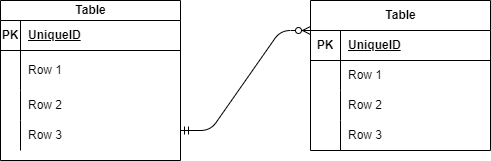
Earlier version of the draw.io export ER.drawio.png (hmgit-git/hm-kadai1). Source tidied: cells renumbered, new cells last; positions are measured from the earlier drawing's top-left corner, leaving out a move shared by most shapes.
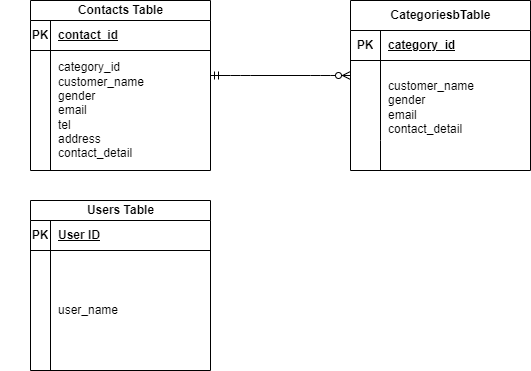
Above is the later version.

Diff of the diagram source:
```diff
@@ -2,8 +2,8 @@
   <root>
     <mxCell id="0" />
     <mxCell id="1" parent="0" />
-    <mxCell id="2" value="Table" style="shape=table;startSize=30;rowLines=0;fontStyle=1;align=center;html=1;" parent="1" vertex="1">
-      <mxGeometry x="310" width="180" height="150" as="geometry" />
+    <mxCell id="2" value="CategoriesbTable" style="shape=table;startSize=30;rowLines=0;fontStyle=1;align=center;html=1;" parent="1" vertex="1">
+      <mxGeometry x="310" y="-50" width="180" height="170" as="geometry" />
     </mxCell>
     <mxCell id="3" style="shape=tableRow;horizontal=0;startSize=0;swimlaneHead=0;swimlaneBody=0;fillColor=none;points=[[0,0.5],[1,0.5]];portConstraint=eastwest;top=0;left=0;right=0;bottom=1;" parent="2" vertex="1">
       <mxGeometry y="30" width="180" height="30" as="geometry" />
@@ -11,38 +11,29 @@
     <mxCell id="4" value="PK" style="shape=partialRectangle;fillColor=none;top=0;left=0;bottom=0;right=0;fontStyle=1;overflow=hidden;whiteSpace=wrap;html=1;" parent="3" vertex="1">
       <mxGeometry width="30" height="30" as="geometry" />
     </mxCell>
-    <mxCell id="5" value="UniqueID" style="shape=partialRectangle;fillColor=none;top=0;left=0;bottom=0;right=0;align=left;spacingLeft=6;fontStyle=5;overflow=hidden;whiteSpace=wrap;html=1;" parent="3" vertex="1">
+    <mxCell id="5" value="category_id" style="shape=partialRectangle;fillColor=none;top=0;left=0;bottom=0;right=0;align=left;spacingLeft=6;fontStyle=5;overflow=hidden;whiteSpace=wrap;html=1;" parent="3" vertex="1">
       <mxGeometry x="30" width="150" height="30" as="geometry" />
     </mxCell>
     <mxCell id="6" style="shape=tableRow;horizontal=0;startSize=0;swimlaneHead=0;swimlaneBody=0;fillColor=none;top=0;left=0;right=0;bottom=0;" parent="2" vertex="1">
-      <mxGeometry y="60" width="180" height="30" as="geometry" />
+      <mxGeometry y="60" width="180" height="80" as="geometry" />
     </mxCell>
     <mxCell id="7" style="shape=partialRectangle;fillColor=none;top=0;left=0;bottom=0;right=0;overflow=hidden;whiteSpace=wrap;html=1;" parent="6" vertex="1">
-      <mxGeometry width="30" height="30" as="geometry" />
+      <mxGeometry width="30" height="80" as="geometry" />
     </mxCell>
-    <mxCell id="8" value="Row 1" style="shape=partialRectangle;fillColor=none;top=0;left=0;bottom=0;right=0;align=left;spacingLeft=6;overflow=hidden;whiteSpace=wrap;html=1;" parent="6" vertex="1">
-      <mxGeometry x="30" width="150" height="30" as="geometry" />
+    <mxCell id="8" value="&lt;br&gt;&lt;div&gt;&lt;span style=&quot;background-color: transparent;&quot;&gt;customer_name&lt;/span&gt;&lt;/div&gt;&lt;div&gt;gender&lt;/div&gt;&lt;div&gt;email&lt;/div&gt;&lt;div&gt;contact_detail&lt;/div&gt;" style="shape=partialRectangle;fillColor=none;top=0;left=0;bottom=0;right=0;align=left;spacingLeft=6;overflow=hidden;whiteSpace=wrap;html=1;" parent="6" vertex="1">
+      <mxGeometry x="30" width="150" height="80" as="geometry" />
     </mxCell>
     <mxCell id="9" style="shape=tableRow;horizontal=0;startSize=0;swimlaneHead=0;swimlaneBody=0;fillColor=none;top=0;left=0;right=0;bottom=0;" parent="2" vertex="1">
-      <mxGeometry y="90" width="180" height="30" as="geometry" />
+      <mxGeometry y="140" width="180" height="30" as="geometry" />
     </mxCell>
     <mxCell id="10" style="shape=partialRectangle;fillColor=none;top=0;left=0;bottom=0;right=0;overflow=hidden;whiteSpace=wrap;html=1;" parent="9" vertex="1">
       <mxGeometry width="30" height="30" as="geometry" />
     </mxCell>
-    <mxCell id="11" value="Row 2" style="shape=partialRectangle;fillColor=none;top=0;left=0;bottom=0;right=0;align=left;spacingLeft=6;overflow=hidden;whiteSpace=wrap;html=1;" parent="9" vertex="1">
+    <mxCell id="11" style="shape=partialRectangle;fillColor=none;top=0;left=0;bottom=0;right=0;align=left;spacingLeft=6;overflow=hidden;whiteSpace=wrap;html=1;" parent="9" vertex="1">
       <mxGeometry x="30" width="150" height="30" as="geometry" />
     </mxCell>
-    <mxCell id="12" style="shape=tableRow;horizontal=0;startSize=0;swimlaneHead=0;swimlaneBody=0;fillColor=none;top=0;left=0;right=0;bottom=0;" parent="2" vertex="1">
-      <mxGeometry y="120" width="180" height="30" as="geometry" />
-    </mxCell>
-    <mxCell id="13" style="shape=partialRectangle;fillColor=none;top=0;left=0;bottom=0;right=0;overflow=hidden;whiteSpace=wrap;html=1;" parent="12" vertex="1">
-      <mxGeometry width="30" height="30" as="geometry" />
-    </mxCell>
-    <mxCell id="14" value="Row 3" style="shape=partialRectangle;fillColor=none;top=0;left=0;bottom=0;right=0;align=left;spacingLeft=6;overflow=hidden;whiteSpace=wrap;html=1;" parent="12" vertex="1">
-      <mxGeometry x="30" width="150" height="30" as="geometry" />
-    </mxCell>
-    <mxCell id="15" value="Table" style="shape=table;startSize=20;rowLines=0;fontStyle=1;align=center;html=1;" parent="1" vertex="1">
-      <mxGeometry width="180" height="160" as="geometry" />
+    <mxCell id="15" value="Contacts Table" style="shape=table;startSize=20;rowLines=0;fontStyle=1;align=center;html=1;" parent="1" vertex="1">
+      <mxGeometry x="-10" y="-50" width="180" height="170" as="geometry" />
     </mxCell>
     <mxCell id="16" style="shape=tableRow;horizontal=0;startSize=0;swimlaneHead=0;swimlaneBody=0;fillColor=none;top=0;left=0;right=0;bottom=1;" parent="15" vertex="1">
       <mxGeometry y="20" width="180" height="30" as="geometry" />
@@ -50,40 +41,50 @@
     <mxCell id="17" value="PK" style="shape=partialRectangle;fillColor=none;top=0;left=0;bottom=0;right=0;fontStyle=1;overflow=hidden;whiteSpace=wrap;html=1;" parent="16" vertex="1">
       <mxGeometry width="20" height="30" as="geometry" />
     </mxCell>
-    <mxCell id="18" value="UniqueID" style="shape=partialRectangle;fillColor=none;top=0;left=0;bottom=0;right=0;align=left;spacingLeft=6;fontStyle=5;overflow=hidden;whiteSpace=wrap;html=1;" parent="16" vertex="1">
+    <mxCell id="18" value="contact_id" style="shape=partialRectangle;fillColor=none;top=0;left=0;bottom=0;right=0;align=left;spacingLeft=6;fontStyle=5;overflow=hidden;whiteSpace=wrap;html=1;" parent="16" vertex="1">
       <mxGeometry x="20" width="160" height="30" as="geometry" />
     </mxCell>
-    <mxCell id="19" style="shape=tableRow;horizontal=0;startSize=0;swimlaneHead=0;swimlaneBody=0;fillColor=none;top=0;left=0;right=0;bottom=0;" parent="15" vertex="1">
-      <mxGeometry y="50" width="180" height="40" as="geometry" />
-    </mxCell>
-    <mxCell id="20" style="shape=partialRectangle;fillColor=none;top=0;left=0;bottom=0;right=0;overflow=hidden;whiteSpace=wrap;html=1;" parent="19" vertex="1">
-      <mxGeometry width="20" height="40" as="geometry" />
-    </mxCell>
-    <mxCell id="21" value="Row 1" style="shape=partialRectangle;fillColor=none;top=0;left=0;bottom=0;right=0;align=left;spacingLeft=6;overflow=hidden;whiteSpace=wrap;html=1;" parent="19" vertex="1">
-      <mxGeometry x="20" width="160" height="40" as="geometry" />
-    </mxCell>
-    <mxCell id="22" style="shape=tableRow;horizontal=0;startSize=0;swimlaneHead=0;swimlaneBody=0;fillColor=none;top=0;left=0;right=0;bottom=0;" parent="15" vertex="1">
-      <mxGeometry y="90" width="180" height="30" as="geometry" />
-    </mxCell>
-    <mxCell id="23" style="shape=partialRectangle;fillColor=none;top=0;left=0;bottom=0;right=0;overflow=hidden;whiteSpace=wrap;html=1;" parent="22" vertex="1">
-      <mxGeometry width="20" height="30" as="geometry" />
-    </mxCell>
-    <mxCell id="24" value="Row 2" style="shape=partialRectangle;fillColor=none;top=0;left=0;bottom=0;right=0;align=left;spacingLeft=6;overflow=hidden;whiteSpace=wrap;html=1;" parent="22" vertex="1">
-      <mxGeometry x="20" width="160" height="30" as="geometry" />
-    </mxCell>
     <mxCell id="25" style="shape=tableRow;horizontal=0;startSize=0;swimlaneHead=0;swimlaneBody=0;fillColor=none;top=0;left=0;right=0;bottom=0;" parent="15" vertex="1">
-      <mxGeometry y="120" width="180" height="30" as="geometry" />
+      <mxGeometry y="50" width="180" height="120" as="geometry" />
     </mxCell>
     <mxCell id="26" style="shape=partialRectangle;fillColor=none;top=0;left=0;bottom=0;right=0;overflow=hidden;whiteSpace=wrap;html=1;" parent="25" vertex="1">
-      <mxGeometry width="20" height="30" as="geometry" />
+      <mxGeometry width="20" height="120" as="geometry" />
     </mxCell>
-    <mxCell id="27" value="Row 3" style="shape=partialRectangle;fillColor=none;top=0;left=0;bottom=0;right=0;align=left;spacingLeft=6;overflow=hidden;whiteSpace=wrap;html=1;" parent="25" vertex="1">
-      <mxGeometry x="20" width="160" height="30" as="geometry" />
+    <mxCell id="27" value="category_id&lt;div&gt;&lt;span style=&quot;background-color: transparent;&quot;&gt;customer_name&lt;/span&gt;&lt;/div&gt;&lt;div&gt;gender&lt;/div&gt;&lt;div&gt;email&lt;/div&gt;&lt;div&gt;tel&lt;/div&gt;&lt;div&gt;address&lt;/div&gt;&lt;div&gt;contact_detail&lt;/div&gt;" style="shape=partialRectangle;fillColor=none;top=0;left=0;bottom=0;right=0;align=left;spacingLeft=6;overflow=hidden;whiteSpace=wrap;html=1;" parent="25" vertex="1">
+      <mxGeometry x="20" width="160" height="120" as="geometry" />
     </mxCell>
-    <mxCell id="28" style="edgeStyle=entityRelationEdgeStyle;fontSize=12;html=1;endArrow=ERzeroToMany;startArrow=ERmandOne;entryX=0;entryY=0;entryDx=0;entryDy=0;entryPerimeter=0;" parent="1" edge="1" target="3">
+    <mxCell id="28" style="edgeStyle=entityRelationEdgeStyle;fontSize=12;html=1;endArrow=ERzeroToMany;startArrow=ERmandOne;entryX=0;entryY=0;entryDx=0;entryDy=0;entryPerimeter=0;" parent="1" edge="1">
       <mxGeometry relative="1" as="geometry">
-        <mxPoint x="180" y="130" as="sourcePoint" />
+        <mxPoint x="170" y="25" as="sourcePoint" />
+        <mxPoint x="310" y="25" as="targetPoint" />
       </mxGeometry>
     </mxCell>
+    <mxCell id="29" style="shape=tableRow;horizontal=0;startSize=0;swimlaneHead=0;swimlaneBody=0;fillColor=none;top=0;left=0;right=0;bottom=0;" parent="1" vertex="1">
+      <mxGeometry x="-40" y="90" width="180" height="20" as="geometry" />
+    </mxCell>
+    <mxCell id="30" style="shape=partialRectangle;fillColor=none;top=0;left=0;bottom=0;right=0;overflow=hidden;whiteSpace=wrap;html=1;" parent="29" vertex="1">
+      <mxGeometry width="20" height="20" as="geometry" />
+    </mxCell>
+    <mxCell id="31" value="Users Table" style="shape=table;startSize=20;rowLines=0;fontStyle=1;align=center;html=1;" parent="1" vertex="1">
+      <mxGeometry x="-10" y="150" width="180" height="170" as="geometry" />
+    </mxCell>
+    <mxCell id="32" style="shape=tableRow;horizontal=0;startSize=0;swimlaneHead=0;swimlaneBody=0;fillColor=none;top=0;left=0;right=0;bottom=1;" parent="31" vertex="1">
+      <mxGeometry y="20" width="180" height="30" as="geometry" />
+    </mxCell>
+    <mxCell id="33" value="PK" style="shape=partialRectangle;fillColor=none;top=0;left=0;bottom=0;right=0;fontStyle=1;overflow=hidden;whiteSpace=wrap;html=1;" parent="32" vertex="1">
+      <mxGeometry width="20" height="30" as="geometry" />
+    </mxCell>
+    <mxCell id="34" value="User ID" style="shape=partialRectangle;fillColor=none;top=0;left=0;bottom=0;right=0;align=left;spacingLeft=6;fontStyle=5;overflow=hidden;whiteSpace=wrap;html=1;" parent="32" vertex="1">
+      <mxGeometry x="20" width="160" height="30" as="geometry" />
+    </mxCell>
+    <mxCell id="35" style="shape=tableRow;horizontal=0;startSize=0;swimlaneHead=0;swimlaneBody=0;fillColor=none;top=0;left=0;right=0;bottom=0;" parent="31" vertex="1">
+      <mxGeometry y="50" width="180" height="120" as="geometry" />
+    </mxCell>
+    <mxCell id="36" style="shape=partialRectangle;fillColor=none;top=0;left=0;bottom=0;right=0;overflow=hidden;whiteSpace=wrap;html=1;" parent="35" vertex="1">
+      <mxGeometry width="20" height="120" as="geometry" />
+    </mxCell>
+    <mxCell id="37" value="&lt;div&gt;user_name&lt;/div&gt;" style="shape=partialRectangle;fillColor=none;top=0;left=0;bottom=0;right=0;align=left;spacingLeft=6;overflow=hidden;whiteSpace=wrap;html=1;" parent="35" vertex="1">
+      <mxGeometry x="20" width="160" height="120" as="geometry" />
+    </mxCell>
   </root>
 </mxGraphModel>
```
